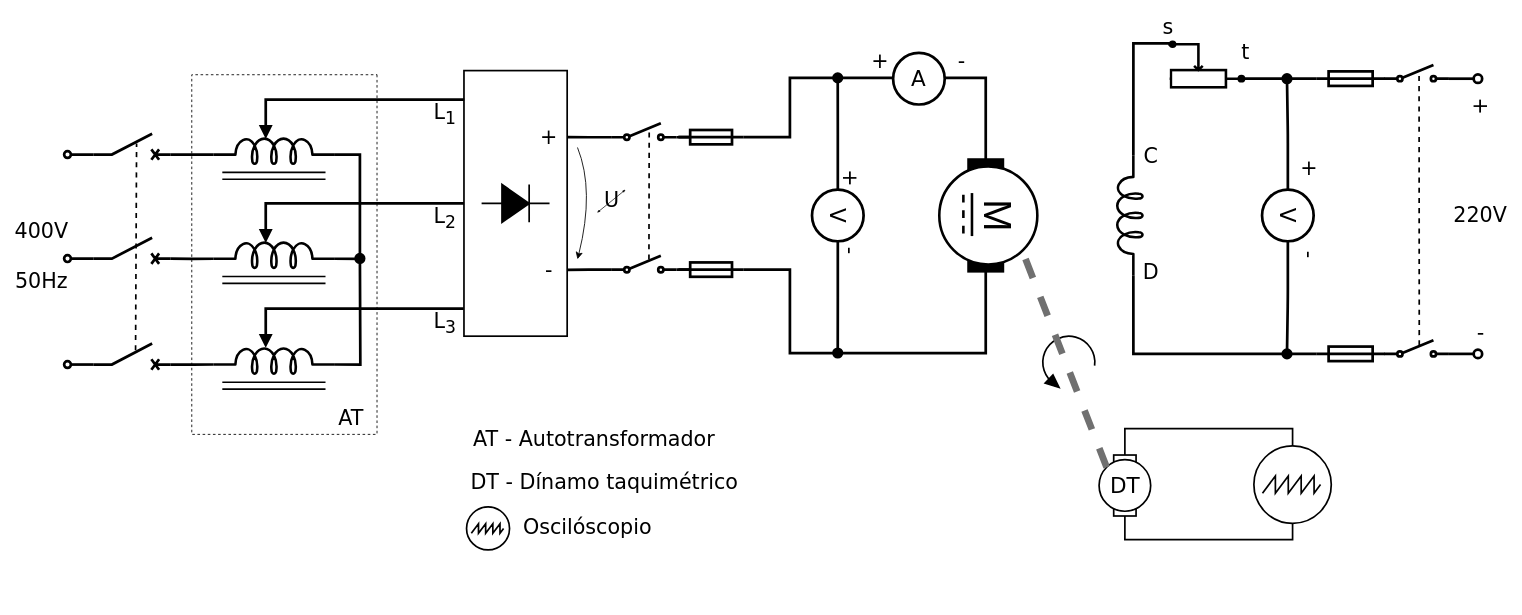
Before: draw/TL5/MotorDC_decel.drawio in Ricardo-Luis/me-2, a draw.io diagram. Source tidied: cells renumbered, new cells numbered last; positions are measured from the earlier drawing's top-left corner, leaving out a move shared by most shapes. Both pictures are drawn from the tidied source at 86%, with x=0, y=0 at pixel (15, 18).
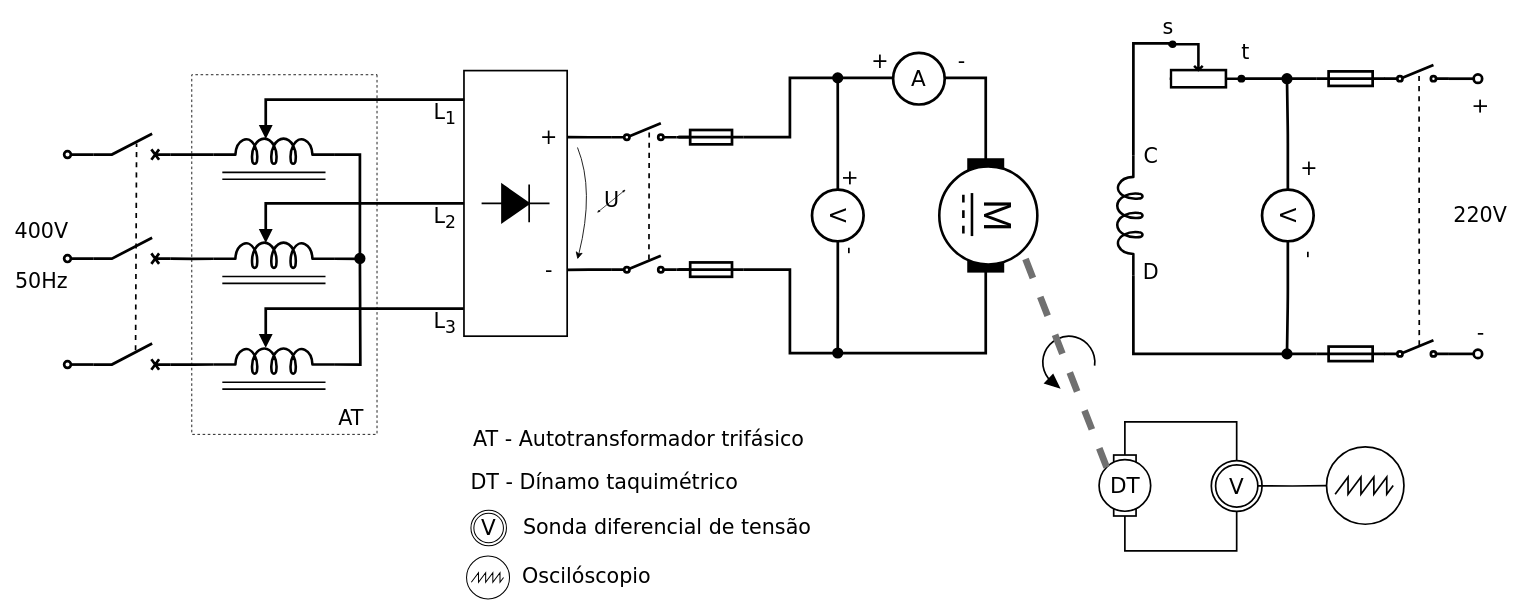
Above is the later version.

The change refers to these unchanged cells:
```xml
<mxCell id="29" style="rounded=0;whiteSpace=wrap;html=1;direction=south;strokeWidth=1.9685;" parent="28" vertex="1">
  <mxGeometry x="17" width="26" height="70.9" as="geometry" />
</mxCell>
```

What changed in the source:
```diff
@@
+    <mxCell id="102" style="perimeter=ellipsePerimeter;verticalLabelPosition=bottom;shadow=0;dashed=0;align=center;html=1;verticalAlign=top;shape=mxgraph.electrical.instruments.oscilloscope;strokeWidth=1.1810999999999998;rounded=0;" parent="1" vertex="1">
+      <mxGeometry x="519" y="625" width="60" height="50" as="geometry" />
+    </mxCell>
@@
-    <mxCell id="13" style="edgeStyle=orthogonalEdgeStyle;rounded=0;jettySize=auto;html=1;exitX=0.5;exitY=0;exitDx=0;exitDy=0;exitPerimeter=0;entryX=0;entryY=0.5;entryDx=0;entryDy=0;endArrow=none;startFill=0;strokeWidth=1.9685;" parent="1" edge="1" source="15" target="29">
-      <mxGeometry relative="1" as="geometry" />
-    </mxCell>
-    <mxCell id="14" style="edgeStyle=orthogonalEdgeStyle;rounded=0;jettySize=auto;html=1;exitX=0.5;exitY=1;exitDx=0;exitDy=0;exitPerimeter=0;entryX=1;entryY=0.5;entryDx=0;entryDy=0;endArrow=none;startFill=0;strokeWidth=1.9685;" parent="1" edge="1" source="15" target="29">
-      <mxGeometry relative="1" as="geometry">
-        <Array as="points">
-          <mxPoint x="1484.5" y="606" />
-          <mxPoint x="1289.5" y="606" />
-        </Array>
-      </mxGeometry>
-    </mxCell>
     <mxCell id="15" style="perimeter=ellipsePerimeter;verticalLabelPosition=bottom;shadow=0;dashed=0;align=center;html=1;verticalAlign=top;shape=mxgraph.electrical.instruments.oscilloscope;strokeWidth=1.9685;rounded=0;" parent="1" vertex="1">
-      <mxGeometry x="1439.5" y="497" width="90" height="90" as="geometry" />
+      <mxGeometry x="1524" y="498.1" width="90" height="90" as="geometry" />
     </mxCell>
@@
-    <mxCell id="27" style="perimeter=ellipsePerimeter;verticalLabelPosition=bottom;shadow=0;dashed=0;align=center;html=1;verticalAlign=top;shape=mxgraph.electrical.instruments.oscilloscope;strokeWidth=1.9685;rounded=0;" parent="1" vertex="1">
-      <mxGeometry x="519" y="568" width="60" height="50" as="geometry" />
-    </mxCell>
@@
-    <mxCell id="32" value="&lt;font style=&quot;font-size: 24px&quot; face=&quot;Verdana&quot;&gt;Oscilóscopio&lt;/font&gt;" style="text;html=1;strokeColor=none;fillColor=none;align=left;verticalAlign=middle;whiteSpace=wrap;rounded=0;dashed=1;" parent="1" vertex="1">
-      <mxGeometry x="588" y="571.8" width="213" height="40.4" as="geometry" />
+    <mxCell id="32" value="&lt;span style=&quot;font-family: Verdana; font-size: 24px;&quot;&gt;Sonda diferencial de tensão&lt;/span&gt;" style="text;html=1;strokeColor=none;fillColor=none;align=left;verticalAlign=middle;whiteSpace=wrap;rounded=0;dashed=1;" parent="1" vertex="1">
+      <mxGeometry x="588" y="571.8" width="362" height="40.4" as="geometry" />
     </mxCell>
@@
-    <mxCell id="52" value="&lt;font face=&quot;Verdana&quot; style=&quot;font-size: 24px&quot;&gt;AT - Autotransformador&lt;/font&gt;" style="text;html=1;strokeColor=none;fillColor=none;align=left;verticalAlign=middle;whiteSpace=wrap;rounded=0;dashed=1;" parent="1" vertex="1">
-      <mxGeometry x="529.5" y="470" width="390" height="40.4" as="geometry" />
+    <mxCell id="52" value="&lt;font face=&quot;Verdana&quot; style=&quot;font-size: 24px&quot;&gt;AT - Autotransformador trifásico&lt;/font&gt;" style="text;html=1;strokeColor=none;fillColor=none;align=left;verticalAlign=middle;whiteSpace=wrap;rounded=0;dashed=1;" parent="1" vertex="1">
+      <mxGeometry x="529.5" y="470" width="440.5" height="40.4" as="geometry" />
     </mxCell>
@@
+    <mxCell id="103" value="&lt;span style=&quot;font-family: Verdana; font-size: 24px;&quot;&gt;Oscilóscopio&lt;/span&gt;" style="text;html=1;strokeColor=none;fillColor=none;align=left;verticalAlign=middle;whiteSpace=wrap;rounded=0;dashed=1;" parent="1" vertex="1">
+      <mxGeometry x="587" y="629" width="183" height="40.4" as="geometry" />
+    </mxCell>
+    <mxCell id="104" style="group;" parent="1" vertex="1">
+      <mxGeometry x="1390" y="514" width="59.1" height="59.1" as="geometry" />
+    </mxCell>
+    <mxCell id="105" style="ellipse;whiteSpace=wrap;html=1;fontFamily=Times New Roman;strokeWidth=1.9685;rounded=0;rotation=0;direction=south;" parent="104" vertex="1">
+      <mxGeometry width="59" height="59.1" as="geometry" />
+    </mxCell>
+    <mxCell id="106" value="&lt;font face=&quot;Verdana&quot;&gt;&lt;span style=&quot;font-size: 25px;&quot;&gt;V&lt;/span&gt;&lt;/font&gt;" style="ellipse;whiteSpace=wrap;html=1;fontFamily=Times New Roman;strokeWidth=1.9685;rounded=0;rotation=0;direction=south;" parent="104" vertex="1">
+      <mxGeometry x="5" y="5" width="49.1" height="49.1" as="geometry" />
+    </mxCell>
+    <mxCell id="107" style="edgeStyle=orthogonalEdgeStyle;rounded=0;jettySize=auto;html=1;entryX=0;entryY=0.5;entryDx=0;entryDy=0;entryPerimeter=0;strokeWidth=1.9685;endArrow=none;startFill=0;exitX=0.5;exitY=0;exitDx=0;exitDy=0;" parent="1" edge="1" source="106" target="15">
+      <mxGeometry relative="1" as="geometry" />
+    </mxCell>
+    <mxCell id="108" style="edgeStyle=orthogonalEdgeStyle;rounded=0;jettySize=auto;html=1;exitX=0;exitY=0.5;exitDx=0;exitDy=0;entryX=0;entryY=0.5;entryDx=0;entryDy=0;endArrow=none;startFill=0;strokeWidth=1.9685;" parent="1" edge="1" source="29" target="105">
+      <mxGeometry relative="1" as="geometry">
+        <Array as="points">
+          <mxPoint x="1290" y="469" />
+          <mxPoint x="1420" y="469" />
+        </Array>
+      </mxGeometry>
+    </mxCell>
+    <mxCell id="109" style="edgeStyle=orthogonalEdgeStyle;rounded=0;jettySize=auto;html=1;exitX=1;exitY=0.5;exitDx=0;exitDy=0;entryX=1;entryY=0.5;entryDx=0;entryDy=0;endArrow=none;startFill=0;strokeWidth=1.9685;" parent="1" edge="1" source="29" target="105">
+      <mxGeometry relative="1" as="geometry">
+        <Array as="points">
+          <mxPoint x="1290" y="619" />
+          <mxPoint x="1420" y="619" />
+        </Array>
+      </mxGeometry>
+    </mxCell>
+    <mxCell id="110" style="group;" parent="1" vertex="1">
+      <mxGeometry x="529.1" y="571.8" width="41.3" height="41.3" as="geometry" />
+    </mxCell>
+    <mxCell id="111" style="ellipse;whiteSpace=wrap;html=1;fontFamily=Times New Roman;strokeWidth=1.1810999999999998;rounded=0;rotation=0;direction=south;" parent="110" vertex="1">
+      <mxGeometry width="41.3" height="41.3" as="geometry" />
+    </mxCell>
+    <mxCell id="112" value="&lt;font face=&quot;Verdana&quot;&gt;&lt;span style=&quot;font-size: 25px;&quot;&gt;V&lt;/span&gt;&lt;/font&gt;" style="ellipse;whiteSpace=wrap;html=1;fontFamily=Times New Roman;strokeWidth=1.1810999999999998;rounded=0;rotation=0;direction=south;" parent="110" vertex="1">
+      <mxGeometry x="3.4" y="3.4" width="34.4" height="34.4" as="geometry" />
+    </mxCell>
```
